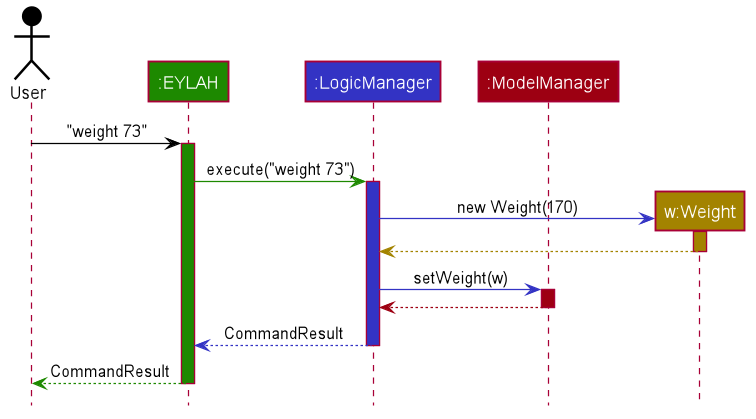
AY1920S2-CS2103T-W13-1/main keeps this PlantUML diagram as images/DietTrackerWeightCommandSequenceDiagram.png. Above is the earlier version.
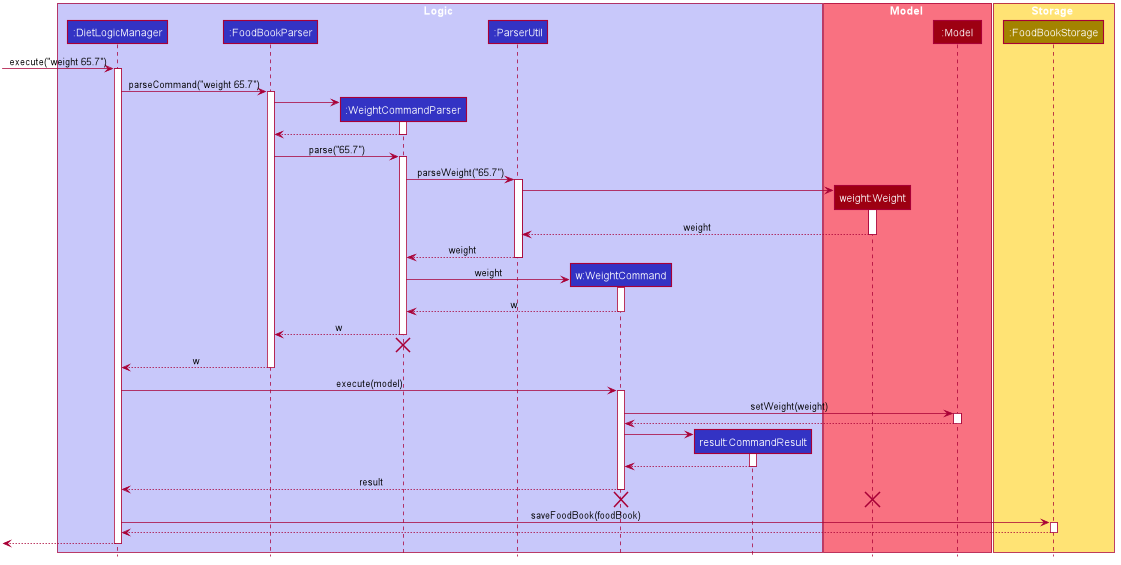
Later version of the same file.

The edit, as a diff of the source:
```diff
@@ -48,33 +48,98 @@
 hide members
 hide circle
 
-Actor User as user #000000
-Participant ":EYLAH" as ui #1D8900
-Participant ":LogicManager" as logic #3333C4
-Participant ":ModelManager" as model #9D0012
+box Logic #C8C8FA
+participant ":DietLogicManager" as LogicManager #3333C4
+participant ":FoodBookParser" as FoodBookParser #3333C4
+participant ":WeightCommandParser" as WeightCommandParser #3333C4
+participant ":ParserUtil" as ParserUtil #3333C4
+participant "w:WeightCommand" as WeightCommand #3333C4
+participant "result:CommandResult" as CommandResult #3333C4
+end box
 
-user -[#000000]> ui : "weight 73"
-activate ui #1D8900
+box Model #F97181
+participant "weight:Weight" as WeightWeight #9D0012
+participant ":Model" as Model #9D0012
+end box
 
-ui -[#1D8900]> logic : execute("weight 73")
-activate logic #3333C4
+box Storage #FFE374
+participant ":FoodBookStorage" as FoodBookStorage #A38300
+end box
 
-create "w:Weight" as weight #A38300
-logic -[#3333C4]> weight : new Weight(170)
-activate weight #A38300
+[-> LogicManager : execute("weight 65.7")
+activate LogicManager
 
-weight -[#A38300]-> logic
-deactivate weight
+LogicManager -> FoodBookParser : parseCommand("weight 65.7")
+activate FoodBookParser
 
-logic -[#3333C4]> model : setWeight(w)
-activate model #9D0012
+create WeightCommandParser
+FoodBookParser -> WeightCommandParser
+activate WeightCommandParser
 
-model -[#9D0012]-> logic
-deactivate model
+WeightCommandParser --> FoodBookParser
+deactivate WeightCommandParser
 
-logic --[#3333C4]> ui : CommandResult
-deactivate logic
+FoodBookParser -> WeightCommandParser : parse("65.7")
+activate WeightCommandParser
 
-ui--[#1D8900]> user : CommandResult
-deactivate ui
+
+WeightCommandParser -> ParserUtil : parseWeight("65.7")
+activate ParserUtil
+
+create WeightWeight
+ParserUtil -> WeightWeight
+activate WeightWeight
+
+WeightWeight --> ParserUtil : weight
+deactivate WeightWeight
+
+ParserUtil --> WeightCommandParser : weight
+deactivate ParserUtil
+
+create WeightCommand
+WeightCommandParser -> WeightCommand : weight
+activate WeightCommand
+
+WeightCommand --> WeightCommandParser : w
+deactivate WeightCommand
+
+WeightCommandParser --> FoodBookParser : w
+deactivate WeightCommandParser
+WeightCommandParser -[hidden]-> FoodBookParser
+destroy WeightCommandParser
+
+FoodBookParser --> LogicManager : w
+deactivate FoodBookParser
+
+LogicManager -> WeightCommand : execute(model)
+activate WeightCommand
+
+WeightCommand -> Model : setWeight(weight)
+activate Model
+
+Model --> WeightCommand
+deactivate Model
+
+create CommandResult
+WeightCommand -> CommandResult
+activate CommandResult
+
+CommandResult --> WeightCommand
+deactivate CommandResult
+
+WeightCommand --> LogicManager : result
+deactivate WeightCommand
+
+WeightCommand -[hidden]-> LogicManager
+destroy WeightCommand
+destroy WeightWeight
+
+LogicManager -> FoodBookStorage : saveFoodBook(foodBook)
+activate FoodBookStorage
+
+FoodBookStorage --> LogicManager
+deactivate FoodBookStorage
+
+[<--LogicManager
+deactivate LogicManager
 @enduml
```
